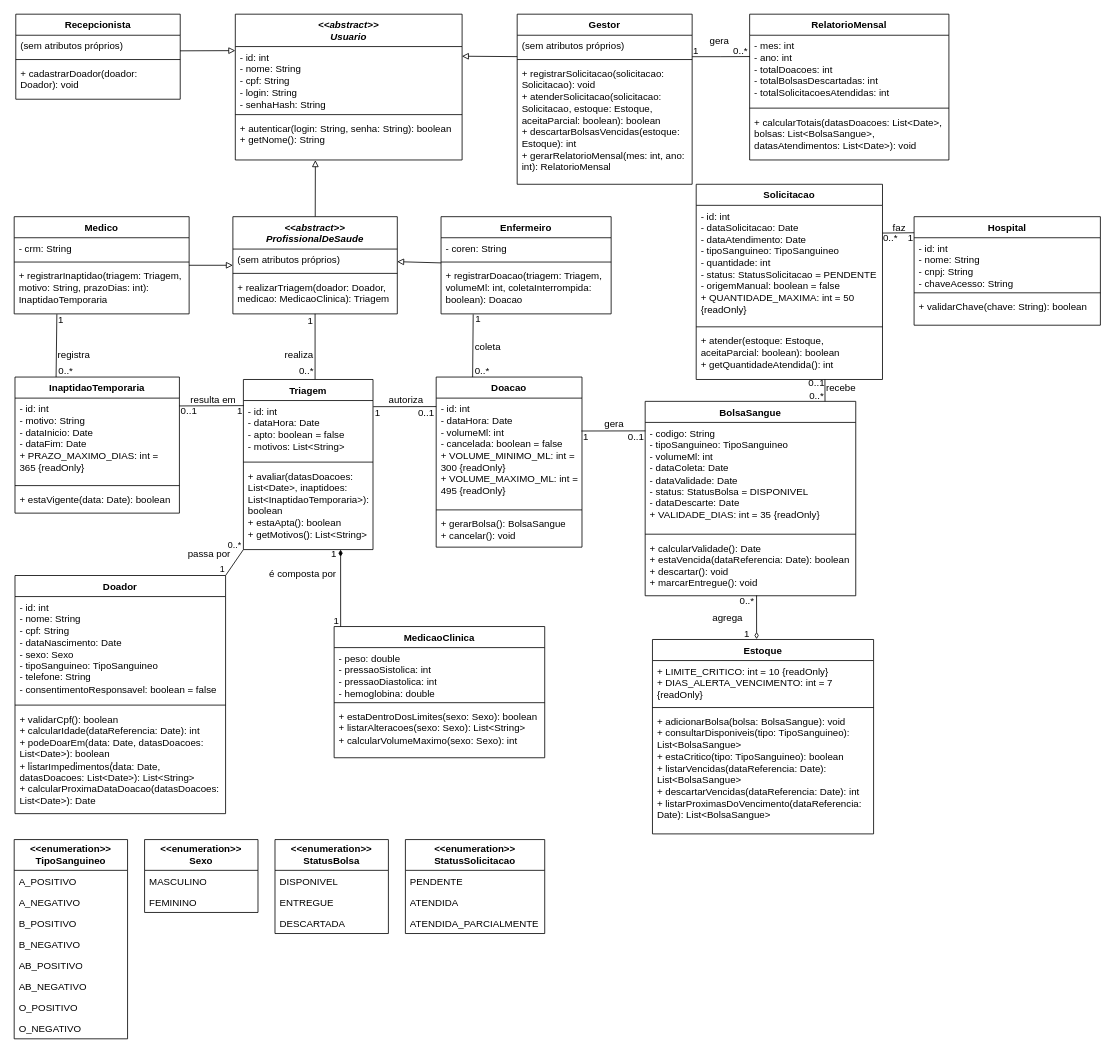
Earlier version of the draw.io diagram docs/diagrama-de-classes.drawio (Grabiie/hemocontrol). Source tidied: cells renumbered, new cells numbered last; positions are measured from the earlier drawing's top-left corner, leaving out a move shared by most shapes. Both pictures are drawn from the tidied source at 81%, with x=0, y=0 at pixel (14, 14).
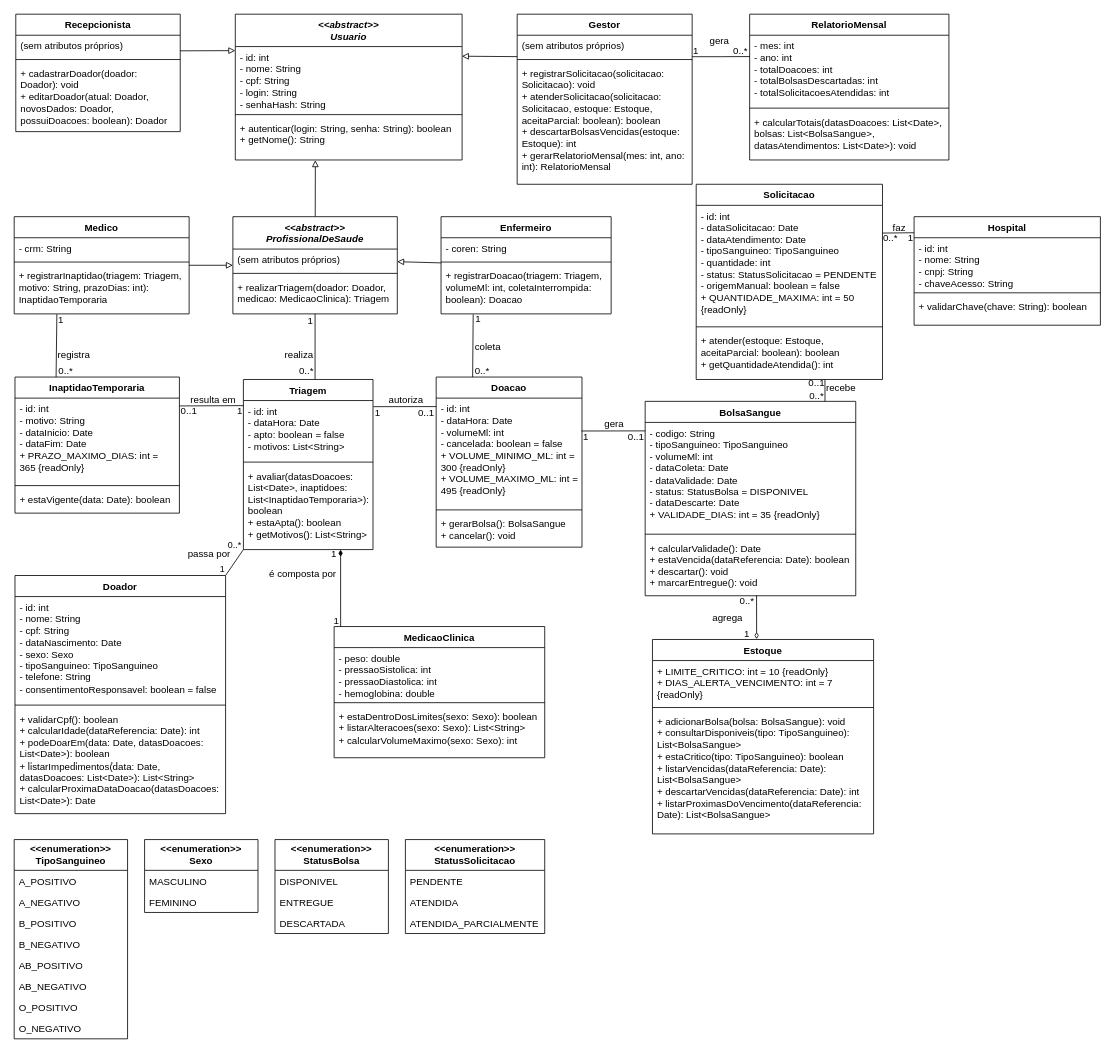
Above is the later version.

Commit message (it also covers changes not shown here):
docs: adiciona RF-13 e RN-08 de edição de doador

Diff of the diagram source:
```diff
@@
     <mxCell id="7" value="Recepcionista" style="swimlane;fontStyle=1;align=center;verticalAlign=top;horizontal=1;startSize=26;whiteSpace=wrap;html=1;" parent="1" vertex="1">
-      <mxGeometry x="2" width="203" height="105" as="geometry" />
+      <mxGeometry x="2" width="203" height="145" as="geometry" />
     </mxCell>
@@
-    <mxCell id="10" value="+ cadastrarDoador(doador: Doador): void" style="text;strokeColor=none;fillColor=none;align=left;verticalAlign=top;spacingLeft=4;spacingRight=4;overflow=hidden;whiteSpace=wrap;html=1;" parent="7" vertex="1">
-      <mxGeometry y="60" width="203" height="45" as="geometry" />
+    <mxCell id="10" value="+ cadastrarDoador(doador: Doador): void&lt;br&gt;+ editarDoador(atual: Doador, novosDados: Doador, possuiDoacoes: boolean): Doador" style="text;strokeColor=none;fillColor=none;align=left;verticalAlign=top;spacingLeft=4;spacingRight=4;overflow=hidden;whiteSpace=wrap;html=1;" parent="7" vertex="1">
+      <mxGeometry y="60" width="203" height="85" as="geometry" />
     </mxCell>
```
